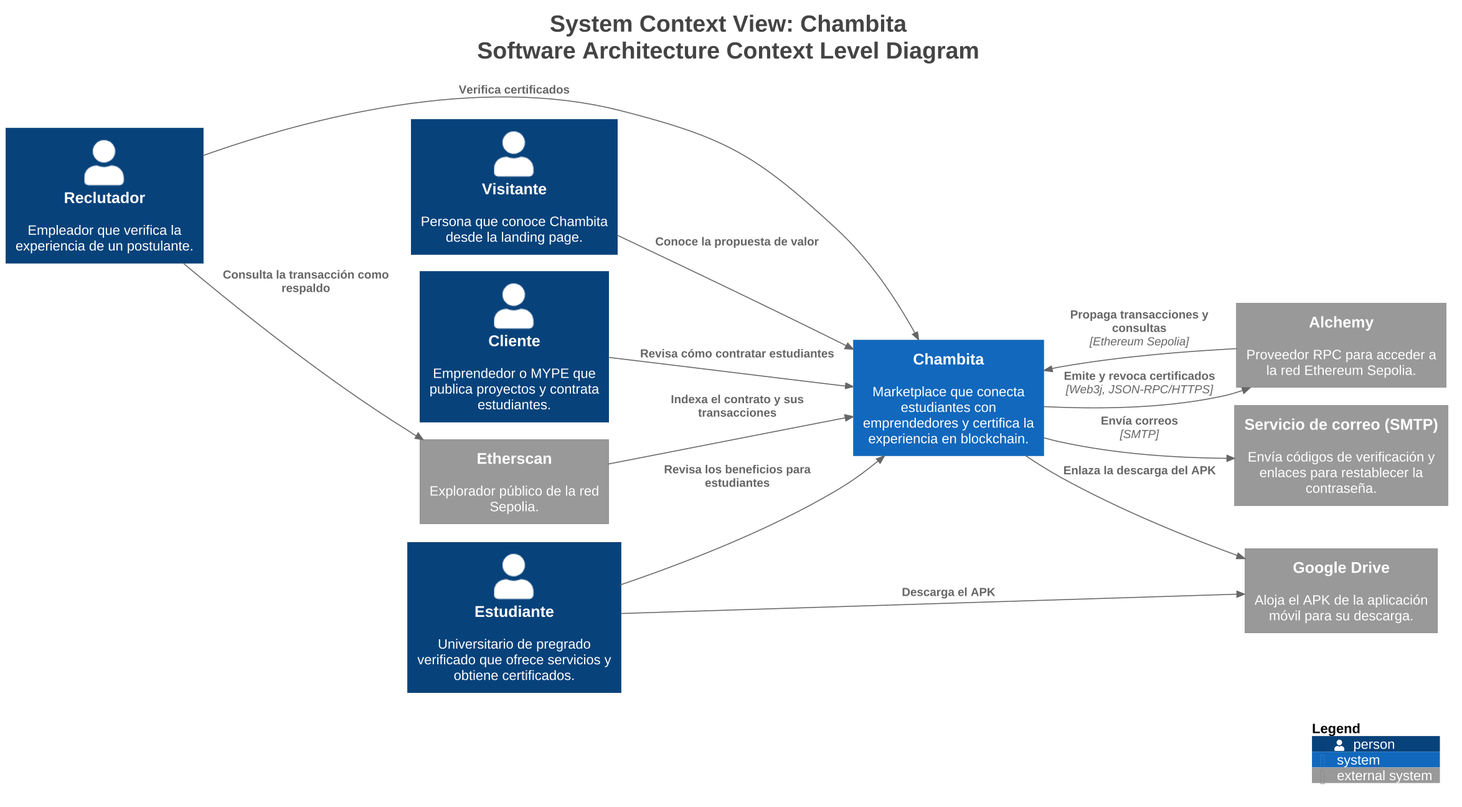
The PlantUML diagram img/cap 4/c4-context.png in 1ASI0728-2620-9075-Chambita/1ASI0728-2620-9075-TF-Report, before a commit. Source of this version:
```plantuml
@startuml
skinparamlocked dpi 150
!pragma layout smetana
title <size:24>System Context View: Chambita</size>\n<size:24>Software Architecture Context Level Diagram</size>

set separator none
left to right direction

<style>
  root {
    BackgroundColor: #ffffff
    FontColor: #444444
  }
</style>

!include <C4/C4>
!include <C4/C4_Context>

Person(Visitante, "Visitante", $descr="Persona que conoce Chambita desde la landing page.", $tags="", $link="")
Person(Estudiante, "Estudiante", $descr="Universitario de pregrado verificado que ofrece servicios y obtiene certificados.", $tags="", $link="")
Person(Cliente, "Cliente", $descr="Emprendedor o MYPE que publica proyectos y contrata estudiantes.", $tags="", $link="")
System_Ext(Alchemy, "Alchemy", $descr="Proveedor RPC para acceder a la red Ethereum Sepolia.", $tags="", $link="")
System_Ext(ServiciodecorreoSMTP, "Servicio de correo (SMTP)", $descr="Envía códigos de verificación y enlaces para restablecer la contraseña.", $tags="", $link="")
System_Ext(GoogleDrive, "Google Drive", $descr="Aloja el APK de la aplicación móvil para su descarga.", $tags="", $link="")
System_Ext(Etherscan, "Etherscan", $descr="Explorador público de la red Sepolia.", $tags="", $link="")
Person(Reclutador, "Reclutador", $descr="Empleador que verifica la experiencia de un postulante.", $tags="", $link="")
System(Chambita, "Chambita", $descr="Marketplace que conecta estudiantes con emprendedores y certifica la experiencia en blockchain.", $tags="", $link="")

Rel(Visitante, Chambita, "Conoce la propuesta de valor", $techn="", $tags="", $link="")
Rel(Estudiante, Chambita, "Revisa los beneficios para estudiantes", $techn="", $tags="", $link="")
Rel(Estudiante, GoogleDrive, "Descarga el APK", $techn="", $tags="", $link="")
Rel(Cliente, Chambita, "Revisa cómo contratar estudiantes", $techn="", $tags="", $link="")
Rel(Reclutador, Chambita, "Verifica certificados", $techn="", $tags="", $link="")
Rel(Reclutador, Etherscan, "Consulta la transacción como respaldo", $techn="", $tags="", $link="")
Rel(Chambita, GoogleDrive, "Enlaza la descarga del APK", $techn="", $tags="", $link="")
Rel(Chambita, ServiciodecorreoSMTP, "Envía correos", $techn="SMTP", $tags="", $link="")
Rel(Chambita, Alchemy, "Emite y revoca certificados", $techn="Web3j, JSON-RPC/HTTPS", $tags="", $link="")
Rel(Alchemy, Chambita, "Propaga transacciones y consultas", $techn="Ethereum Sepolia", $tags="", $link="")
Rel(Etherscan, Chambita, "Indexa el contrato y sus transacciones", $techn="", $tags="", $link="")

SHOW_LEGEND(true)
hide stereotypes
@enduml
```
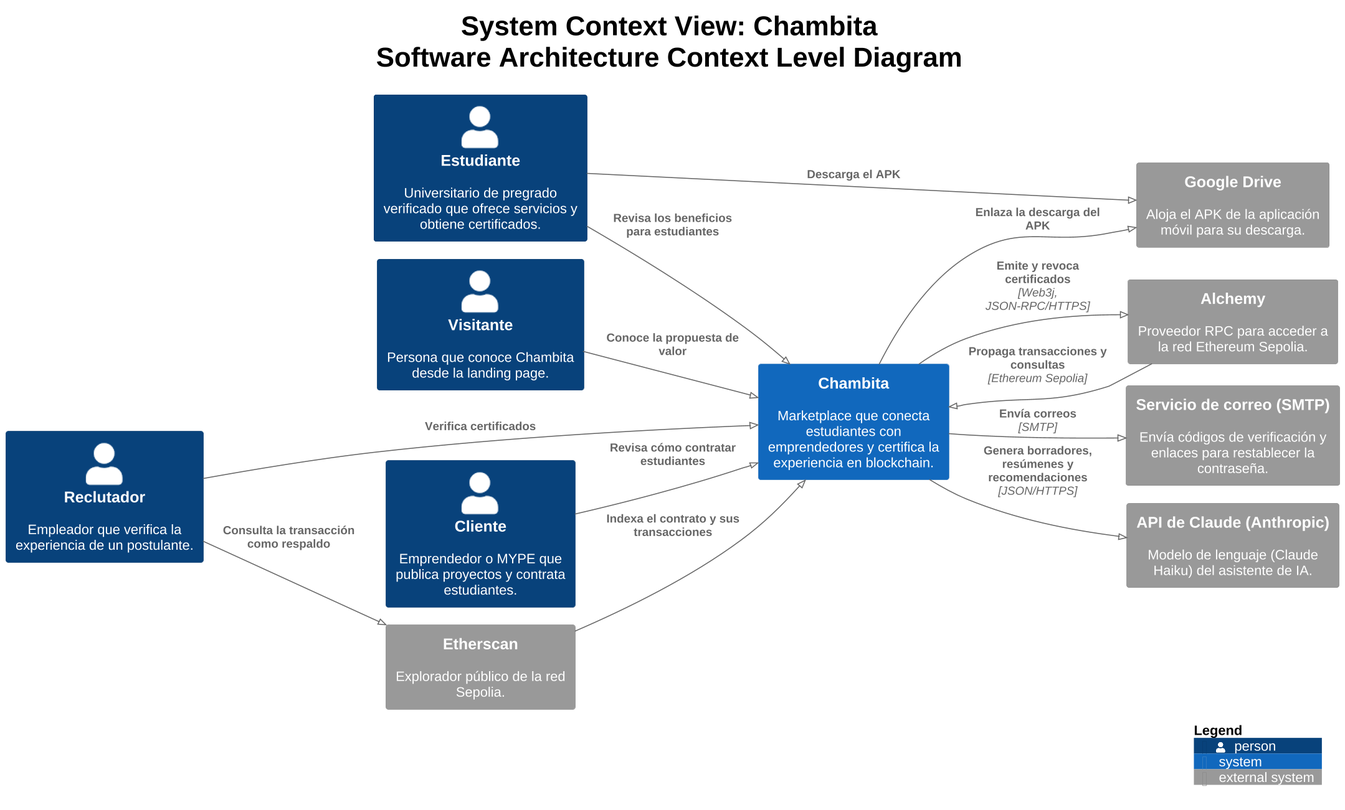
The same file after the commit.

The edit, as a diff of the source:
```diff
@@ -1,17 +1,11 @@
 @startuml
 skinparamlocked dpi 150
 !pragma layout smetana
-title <size:24>System Context View: Chambita</size>\n<size:24>Software Architecture Context Level Diagram</size>
+set separator none
+skinparam TitleFontSize 28
+title System Context View: Chambita\nSoftware Architecture Context Level Diagram
 
-set separator none
 left to right direction
-
-<style>
-  root {
-    BackgroundColor: #ffffff
-    FontColor: #444444
-  }
-</style>
 
 !include <C4/C4>
 !include <C4/C4_Context>
@@ -23,6 +17,7 @@
 System_Ext(ServiciodecorreoSMTP, "Servicio de correo (SMTP)", $descr="Envía códigos de verificación y enlaces para restablecer la contraseña.", $tags="", $link="")
 System_Ext(GoogleDrive, "Google Drive", $descr="Aloja el APK de la aplicación móvil para su descarga.", $tags="", $link="")
 System_Ext(Etherscan, "Etherscan", $descr="Explorador público de la red Sepolia.", $tags="", $link="")
+System_Ext(APIdeClaudeAnthropic, "API de Claude (Anthropic)", $descr="Modelo de lenguaje (Claude Haiku) del asistente de IA.", $tags="", $link="")
 Person(Reclutador, "Reclutador", $descr="Empleador que verifica la experiencia de un postulante.", $tags="", $link="")
 System(Chambita, "Chambita", $descr="Marketplace que conecta estudiantes con emprendedores y certifica la experiencia en blockchain.", $tags="", $link="")
 
@@ -35,9 +30,9 @@
 Rel(Chambita, GoogleDrive, "Enlaza la descarga del APK", $techn="", $tags="", $link="")
 Rel(Chambita, ServiciodecorreoSMTP, "Envía correos", $techn="SMTP", $tags="", $link="")
 Rel(Chambita, Alchemy, "Emite y revoca certificados", $techn="Web3j, JSON-RPC/HTTPS", $tags="", $link="")
+Rel(Chambita, APIdeClaudeAnthropic, "Genera borradores, resúmenes y recomendaciones", $techn="JSON/HTTPS", $tags="", $link="")
 Rel(Alchemy, Chambita, "Propaga transacciones y consultas", $techn="Ethereum Sepolia", $tags="", $link="")
 Rel(Etherscan, Chambita, "Indexa el contrato y sus transacciones", $techn="", $tags="", $link="")
 
 SHOW_LEGEND(true)
-hide stereotypes
 @enduml
```
